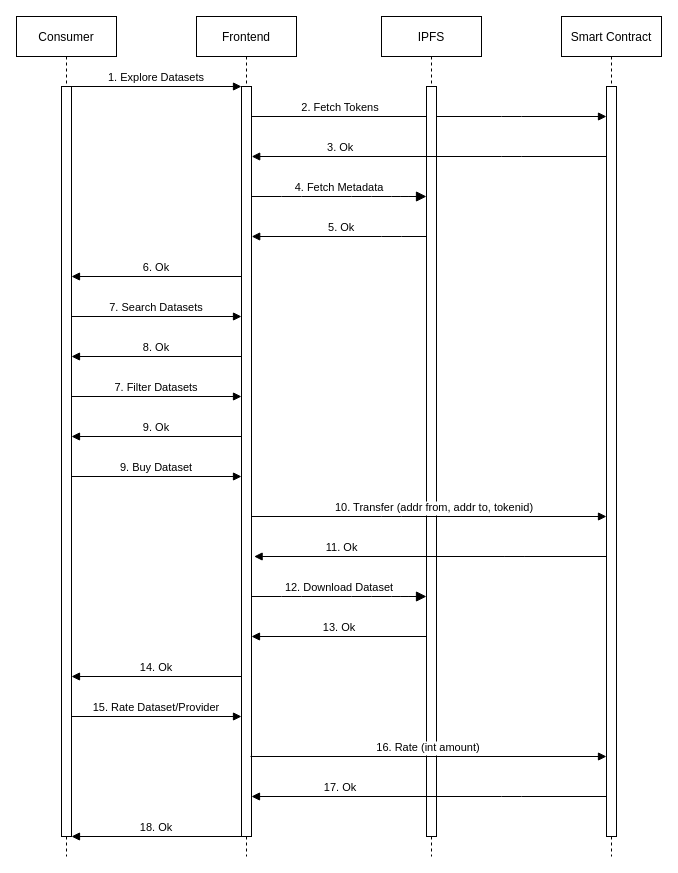
Before: diagrams/sequence_diagram/consumer.drawio in taia-x/taia-x, a draw.io diagram. Source tidied: cells renumbered, new cells numbered last; positions are measured from the earlier drawing's top-left corner, leaving out a move shared by most shapes. Both pictures are drawn from the tidied source at 100%, with x=0, y=0 at pixel (16, 16).
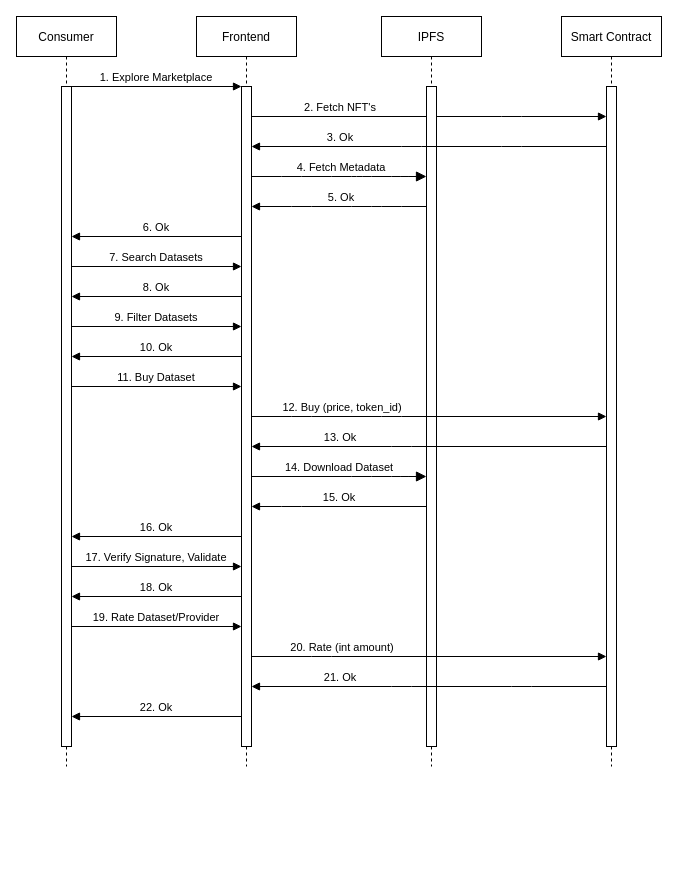
Above is the later version.

The edit, as a diff of the source:
```diff
@@
     <mxCell id="2" value="Consumer" style="shape=umlLifeline;perimeter=lifelinePerimeter;rounded=0;shadow=0;strokeWidth=1;" parent="1" vertex="1">
-      <mxGeometry width="100" height="840" as="geometry" />
+      <mxGeometry width="100" height="750" as="geometry" />
     </mxCell>
     <mxCell id="3" style="points=[];perimeter=orthogonalPerimeter;rounded=0;shadow=0;strokeWidth=1;" parent="2" vertex="1">
-      <mxGeometry x="45" y="70" width="10" height="750" as="geometry" />
+      <mxGeometry x="45" y="70" width="10" height="660" as="geometry" />
     </mxCell>
     <mxCell id="4" value="Frontend" style="shape=umlLifeline;perimeter=lifelinePerimeter;rounded=0;shadow=0;strokeWidth=1;" parent="1" vertex="1">
-      <mxGeometry x="180" width="100" height="840" as="geometry" />
+      <mxGeometry x="180" width="100" height="750" as="geometry" />
     </mxCell>
     <mxCell id="5" style="points=[];perimeter=orthogonalPerimeter;rounded=0;shadow=0;strokeWidth=1;" parent="4" vertex="1">
-      <mxGeometry x="45" y="70" width="10" height="750" as="geometry" />
+      <mxGeometry x="45" y="70" width="10" height="660" as="geometry" />
     </mxCell>
-    <mxCell id="6" value="1. Explore Datasets" style="verticalAlign=bottom;endArrow=block;entryX=0;entryY=0;shadow=0;strokeWidth=1;" parent="1" edge="1" source="3" target="5">
+    <mxCell id="6" value="1. Explore Marketplace" style="verticalAlign=bottom;endArrow=block;entryX=0;entryY=0;shadow=0;strokeWidth=1;" parent="1" edge="1" source="3" target="5">
       <mxGeometry relative="1" as="geometry" />
     </mxCell>
-    <mxCell id="7" value="2. Fetch Tokens" style="verticalAlign=bottom;endArrow=block;shadow=0;strokeWidth=1;" parent="1" edge="1" source="5" target="11">
+    <mxCell id="7" value="2. Fetch NFT's" style="verticalAlign=bottom;endArrow=block;shadow=0;strokeWidth=1;" parent="1" edge="1" source="5" target="11">
       <mxGeometry x="-0.5" relative="1" as="geometry">
         <Array as="points">
           <mxPoint x="495" y="100" />
         </Array>
       </mxGeometry>
     </mxCell>
     <mxCell id="8" value="IPFS" style="shape=umlLifeline;perimeter=lifelinePerimeter;rounded=0;shadow=0;strokeWidth=1;" parent="1" vertex="1">
-      <mxGeometry x="365" width="100" height="840" as="geometry" />
+      <mxGeometry x="365" width="100" height="750" as="geometry" />
     </mxCell>
     <mxCell id="9" style="points=[];perimeter=orthogonalPerimeter;rounded=0;shadow=0;strokeWidth=1;" parent="8" vertex="1">
-      <mxGeometry x="45" y="70" width="10" height="750" as="geometry" />
+      <mxGeometry x="45" y="70" width="10" height="660" as="geometry" />
     </mxCell>
     <mxCell id="10" value="Smart Contract" style="shape=umlLifeline;perimeter=lifelinePerimeter;rounded=0;shadow=0;strokeWidth=1;" parent="1" vertex="1">
-      <mxGeometry x="545" width="100" height="840" as="geometry" />
+      <mxGeometry x="545" width="100" height="750" as="geometry" />
     </mxCell>
     <mxCell id="11" style="points=[];perimeter=orthogonalPerimeter;rounded=0;shadow=0;strokeWidth=1;" parent="10" vertex="1">
-      <mxGeometry x="45" y="70" width="10" height="750" as="geometry" />
+      <mxGeometry x="45" y="70" width="10" height="660" as="geometry" />
     </mxCell>
-    <mxCell id="12" value="3. Ok" style="verticalAlign=bottom;endArrow=none;shadow=0;strokeWidth=1;startArrow=block;startFill=1;endFill=0;" parent="1" edge="1" target="11">
+    <mxCell id="12" value="3. Ok" style="verticalAlign=bottom;endArrow=none;shadow=0;strokeWidth=1;startArrow=block;startFill=1;endFill=0;" parent="1" edge="1" source="5" target="11">
       <mxGeometry x="-0.5" relative="1" as="geometry">
-        <mxPoint x="235.2" y="140" as="sourcePoint" />
         <Array as="points">
-          <mxPoint x="495.2" y="140" />
+          <mxPoint x="395" y="130" />
+          <mxPoint x="495" y="130" />
         </Array>
       </mxGeometry>
     </mxCell>
     <mxCell id="13" value="4. Fetch Metadata" style="verticalAlign=bottom;endArrow=block;endSize=8;shadow=0;strokeWidth=1;endFill=1;" parent="1" edge="1" source="5" target="9">
-      <mxGeometry relative="1" as="geometry">
+      <mxGeometry x="0.03" relative="1" as="geometry">
         <Array as="points">
-          <mxPoint x="275" y="180" />
-          <mxPoint x="345" y="180" />
-          <mxPoint x="385" y="180" />
+          <mxPoint x="275" y="160" />
+          <mxPoint x="325" y="160" />
+          <mxPoint x="345" y="160" />
+          <mxPoint x="385" y="160" />
         </Array>
       </mxGeometry>
     </mxCell>
     <mxCell id="14" value="6. Ok" style="verticalAlign=bottom;endArrow=block;shadow=0;strokeWidth=1;exitX=0;exitY=0.214;exitDx=0;exitDy=0;exitPerimeter=0;" parent="1" edge="1">
       <mxGeometry relative="1" as="geometry">
-        <mxPoint x="225" y="260" as="sourcePoint" />
-        <mxPoint x="55" y="260" as="targetPoint" />
+        <mxPoint x="225" y="220" as="sourcePoint" />
+        <mxPoint x="55" y="220" as="targetPoint" />
       </mxGeometry>
     </mxCell>
-    <mxCell id="15" value="5. Ok" style="verticalAlign=bottom;endArrow=none;shadow=0;strokeWidth=1;startArrow=block;startFill=1;endFill=0;" parent="1" edge="1" target="9">
+    <mxCell id="15" value="5. Ok" style="verticalAlign=bottom;endArrow=none;shadow=0;strokeWidth=1;startArrow=block;startFill=1;endFill=0;" parent="1" edge="1" source="5" target="9">
       <mxGeometry x="0.03" relative="1" as="geometry">
-        <mxPoint x="235.2" y="220" as="sourcePoint" />
         <Array as="points">
-          <mxPoint x="375" y="220" />
+          <mxPoint x="285" y="190" />
+          <mxPoint x="345" y="190" />
+          <mxPoint x="375" y="190" />
         </Array>
       </mxGeometry>
     </mxCell>
     <mxCell id="16" value="7. Search Datasets" style="verticalAlign=bottom;endArrow=block;entryX=0;entryY=0;shadow=0;strokeWidth=1;" parent="1" edge="1">
       <mxGeometry relative="1" as="geometry">
-        <mxPoint x="55" y="300" as="sourcePoint" />
-        <mxPoint x="225" y="300" as="targetPoint" />
+        <mxPoint x="55" y="250" as="sourcePoint" />
+        <mxPoint x="225" y="250" as="targetPoint" />
       </mxGeometry>
     </mxCell>
     <mxCell id="17" value="8. Ok" style="verticalAlign=bottom;endArrow=none;entryX=0;entryY=0;shadow=0;strokeWidth=1;startArrow=block;startFill=1;endFill=0;" parent="1" edge="1">
       <mxGeometry relative="1" as="geometry">
-        <mxPoint x="55" y="340" as="sourcePoint" />
-        <mxPoint x="225" y="340" as="targetPoint" />
+        <mxPoint x="55" y="280" as="sourcePoint" />
+        <mxPoint x="225" y="280" as="targetPoint" />
       </mxGeometry>
     </mxCell>
-    <mxCell id="18" value="7. Filter Datasets" style="verticalAlign=bottom;endArrow=block;entryX=0;entryY=0;shadow=0;strokeWidth=1;" parent="1" edge="1">
+    <mxCell id="18" value="9. Filter Datasets" style="verticalAlign=bottom;endArrow=block;entryX=0;entryY=0;shadow=0;strokeWidth=1;" parent="1" edge="1">
       <mxGeometry relative="1" as="geometry">
-        <mxPoint x="55" y="380" as="sourcePoint" />
-        <mxPoint x="225" y="380" as="targetPoint" />
+        <mxPoint x="55" y="310" as="sourcePoint" />
+        <mxPoint x="225" y="310" as="targetPoint" />
       </mxGeometry>
     </mxCell>
-    <mxCell id="19" value="9. Ok" style="verticalAlign=bottom;endArrow=none;entryX=0;entryY=0;shadow=0;strokeWidth=1;startArrow=block;startFill=1;endFill=0;" parent="1" edge="1">
+    <mxCell id="19" value="10. Ok" style="verticalAlign=bottom;endArrow=none;entryX=0;entryY=0;shadow=0;strokeWidth=1;startArrow=block;startFill=1;endFill=0;" parent="1" edge="1">
       <mxGeometry relative="1" as="geometry">
-        <mxPoint x="55" y="420" as="sourcePoint" />
-        <mxPoint x="225" y="420" as="targetPoint" />
+        <mxPoint x="55" y="340" as="sourcePoint" />
+        <mxPoint x="225" y="340" as="targetPoint" />
       </mxGeometry>
     </mxCell>
-    <mxCell id="20" value="9. Buy Dataset" style="verticalAlign=bottom;endArrow=block;entryX=0;entryY=0;shadow=0;strokeWidth=1;startArrow=none;startFill=0;endFill=1;" parent="1" edge="1">
+    <mxCell id="20" value="11. Buy Dataset" style="verticalAlign=bottom;endArrow=block;entryX=0;entryY=0;shadow=0;strokeWidth=1;startArrow=none;startFill=0;endFill=1;" parent="1" edge="1">
       <mxGeometry relative="1" as="geometry">
-        <mxPoint x="55" y="460" as="sourcePoint" />
-        <mxPoint x="225" y="460" as="targetPoint" />
+        <mxPoint x="55" y="370" as="sourcePoint" />
+        <mxPoint x="225" y="370" as="targetPoint" />
       </mxGeometry>
     </mxCell>
-    <mxCell id="21" value="10. Transfer (addr from, addr to, tokenid)" style="verticalAlign=bottom;endArrow=block;shadow=0;strokeWidth=1;startArrow=none;startFill=0;endFill=1;" parent="1" edge="1" target="11">
-      <mxGeometry x="0.03" relative="1" as="geometry">
-        <mxPoint x="235" y="500" as="sourcePoint" />
+    <mxCell id="21" value="12. Buy (price, token_id)" style="verticalAlign=bottom;endArrow=block;shadow=0;strokeWidth=1;startArrow=none;startFill=0;endFill=1;" parent="1" edge="1" source="5" target="11">
+      <mxGeometry x="-0.49" relative="1" as="geometry">
         <Array as="points">
-          <mxPoint x="374.8" y="500" />
+          <mxPoint x="285" y="400" />
+          <mxPoint x="375" y="400" />
         </Array>
       </mxGeometry>
     </mxCell>
-    <mxCell id="22" value="11. Ok" style="verticalAlign=bottom;endArrow=none;shadow=0;strokeWidth=1;startArrow=block;startFill=1;endFill=0;" parent="1" edge="1" target="11">
+    <mxCell id="22" value="13. Ok" style="verticalAlign=bottom;endArrow=none;shadow=0;strokeWidth=1;startArrow=block;startFill=1;endFill=0;" parent="1" edge="1" source="5" target="11">
       <mxGeometry x="-0.5" relative="1" as="geometry">
-        <mxPoint x="237.6" y="540" as="sourcePoint" />
         <Array as="points">
-          <mxPoint x="497.6" y="540" />
+          <mxPoint x="385" y="430" />
         </Array>
       </mxGeometry>
     </mxCell>
-    <mxCell id="23" value="12. Download Dataset" style="verticalAlign=bottom;endArrow=block;endSize=8;shadow=0;strokeWidth=1;endFill=1;" parent="1" edge="1">
+    <mxCell id="23" value="14. Download Dataset" style="verticalAlign=bottom;endArrow=block;endSize=8;shadow=0;strokeWidth=1;endFill=1;" parent="1" edge="1">
       <mxGeometry relative="1" as="geometry">
-        <mxPoint x="235" y="580" as="sourcePoint" />
-        <mxPoint x="410" y="580" as="targetPoint" />
+        <mxPoint x="235" y="460" as="sourcePoint" />
+        <mxPoint x="410" y="460" as="targetPoint" />
         <Array as="points">
-          <mxPoint x="275" y="580" />
-          <mxPoint x="345" y="580" />
-          <mxPoint x="385" y="580" />
+          <mxPoint x="345" y="460" />
+          <mxPoint x="385" y="460" />
         </Array>
       </mxGeometry>
     </mxCell>
-    <mxCell id="24" value="13. Ok" style="verticalAlign=bottom;endArrow=none;shadow=0;strokeWidth=1;startArrow=block;startFill=1;endFill=0;" parent="1" edge="1" target="9">
+    <mxCell id="24" value="15. Ok" style="verticalAlign=bottom;endArrow=none;shadow=0;strokeWidth=1;startArrow=block;startFill=1;endFill=0;" parent="1" edge="1" source="5" target="9">
       <mxGeometry relative="1" as="geometry">
-        <mxPoint x="235" y="620" as="sourcePoint" />
+        <Array as="points">
+          <mxPoint x="275" y="490" />
+        </Array>
       </mxGeometry>
     </mxCell>
-    <mxCell id="25" value="14. Ok" style="verticalAlign=bottom;endArrow=none;entryX=0;entryY=0;shadow=0;strokeWidth=1;startArrow=block;startFill=1;endFill=0;" parent="1" edge="1">
+    <mxCell id="25" value="16. Ok" style="verticalAlign=bottom;endArrow=none;entryX=0;entryY=0;shadow=0;strokeWidth=1;startArrow=block;startFill=1;endFill=0;" parent="1" edge="1">
       <mxGeometry relative="1" as="geometry">
-        <mxPoint x="55" y="660" as="sourcePoint" />
-        <mxPoint x="225" y="660" as="targetPoint" />
+        <mxPoint x="55" y="520" as="sourcePoint" />
+        <mxPoint x="225" y="520" as="targetPoint" />
       </mxGeometry>
     </mxCell>
-    <mxCell id="26" value="15. Rate Dataset/Provider" style="verticalAlign=bottom;endArrow=block;entryX=0;entryY=0;shadow=0;strokeWidth=1;startArrow=none;startFill=0;endFill=1;" parent="1" edge="1">
+    <mxCell id="26" value="19. Rate Dataset/Provider" style="verticalAlign=bottom;endArrow=block;entryX=0;entryY=0;shadow=0;strokeWidth=1;startArrow=none;startFill=0;endFill=1;" parent="1" edge="1">
       <mxGeometry relative="1" as="geometry">
-        <mxPoint x="55" y="700" as="sourcePoint" />
-        <mxPoint x="225" y="700" as="targetPoint" />
+        <mxPoint x="55" y="610" as="sourcePoint" />
+        <mxPoint x="225" y="610" as="targetPoint" />
       </mxGeometry>
     </mxCell>
-    <mxCell id="27" value="16. Rate (int amount)" style="verticalAlign=bottom;endArrow=block;shadow=0;strokeWidth=1;startArrow=none;startFill=0;endFill=1;" parent="1" edge="1" target="11">
-      <mxGeometry relative="1" as="geometry">
-        <mxPoint x="234" y="740" as="sourcePoint" />
+    <mxCell id="27" value="20. Rate (int amount)" style="verticalAlign=bottom;endArrow=block;shadow=0;strokeWidth=1;startArrow=none;startFill=0;endFill=1;" parent="1" edge="1">
+      <mxGeometry x="-0.49" relative="1" as="geometry">
+        <mxPoint x="235" y="640" as="sourcePoint" />
+        <mxPoint x="590" y="640" as="targetPoint" />
+        <Array as="points">
+          <mxPoint x="305" y="640" />
+        </Array>
       </mxGeometry>
     </mxCell>
-    <mxCell id="28" value="17. Ok" style="verticalAlign=bottom;endArrow=none;shadow=0;strokeWidth=1;startArrow=block;startFill=1;endFill=0;" parent="1" edge="1" target="11">
+    <mxCell id="28" value="21. Ok" style="verticalAlign=bottom;endArrow=none;shadow=0;strokeWidth=1;startArrow=block;startFill=1;endFill=0;" parent="1" edge="1">
       <mxGeometry x="-0.5" relative="1" as="geometry">
-        <mxPoint x="235" y="780" as="sourcePoint" />
+        <mxPoint x="235" y="670" as="sourcePoint" />
+        <mxPoint x="590" y="670" as="targetPoint" />
         <Array as="points">
-          <mxPoint x="495" y="780" />
+          <mxPoint x="385" y="670" />
+          <mxPoint x="505" y="670" />
         </Array>
       </mxGeometry>
     </mxCell>
-    <mxCell id="29" value="18. Ok" style="verticalAlign=bottom;endArrow=none;entryX=0;entryY=0;shadow=0;strokeWidth=1;startArrow=block;startFill=1;endFill=0;" parent="1" edge="1">
+    <mxCell id="29" value="22. Ok" style="verticalAlign=bottom;endArrow=none;entryX=0;entryY=0;shadow=0;strokeWidth=1;startArrow=block;startFill=1;endFill=0;" parent="1" edge="1">
       <mxGeometry relative="1" as="geometry">
-        <mxPoint x="55" y="820" as="sourcePoint" />
-        <mxPoint x="225" y="820" as="targetPoint" />
+        <mxPoint x="55" y="700" as="sourcePoint" />
+        <mxPoint x="225" y="700" as="targetPoint" />
       </mxGeometry>
     </mxCell>
+    <mxCell id="30" value="17. Verify Signature, Validate" style="verticalAlign=bottom;endArrow=block;entryX=0;entryY=0;shadow=0;strokeWidth=1;startArrow=none;startFill=0;endFill=1;" parent="1" edge="1">
+      <mxGeometry relative="1" as="geometry">
+        <mxPoint x="55" y="550" as="sourcePoint" />
+        <mxPoint x="225" y="550" as="targetPoint" />
+      </mxGeometry>
+    </mxCell>
+    <mxCell id="31" value="18. Ok" style="verticalAlign=bottom;endArrow=none;entryX=0;entryY=0;shadow=0;strokeWidth=1;startArrow=block;startFill=1;endFill=0;" parent="1" edge="1">
+      <mxGeometry relative="1" as="geometry">
+        <mxPoint x="55" y="580" as="sourcePoint" />
+        <mxPoint x="225" y="580" as="targetPoint" />
+      </mxGeometry>
+    </mxCell>
```
